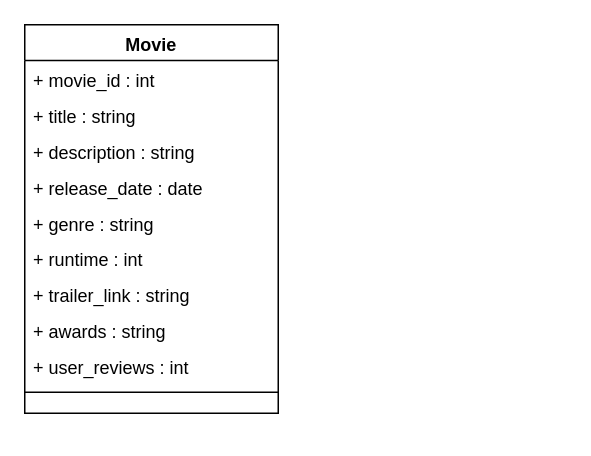
Earlier version of the draw.io diagram Untitled Diagram.drawio (ariasalejandra/is206). Source tidied: cells renumbered, new cells numbered last; positions are measured from the earlier drawing's top-left corner, leaving out a move shared by most shapes. Both pictures are drawn from the tidied source at 150%, with x=0, y=0 at pixel (24, 24).
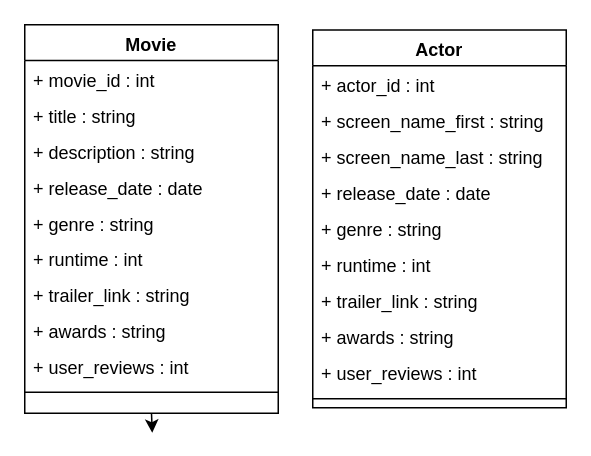
The same diagram, later.

Unchanged cells that the change refers to:
```xml
<mxCell id="2" value="Movie" style="swimlane;fontStyle=1;align=center;verticalAlign=top;horizontal=1;startSize=23.904761904761905;" parent="1" vertex="1">
  <mxGeometry width="169" height="259" as="geometry" />
</mxCell>
```

What changed in the source:
```diff
@@
+    <mxCell id="13" style="edgeStyle=orthogonalEdgeStyle;rounded=0;jettySize=auto;html=1;exitX=0.5;exitY=1;exitDx=0;exitDy=0;" parent="1" edge="1" source="2">
+      <mxGeometry relative="1" as="geometry">
+        <mxPoint x="85" y="272" as="targetPoint" />
+      </mxGeometry>
+    </mxCell>
@@
+    <mxCell id="14" value="Actor" style="swimlane;fontStyle=1;align=center;verticalAlign=top;horizontal=1;startSize=23.904761904761905;" parent="1" vertex="1">
+      <mxGeometry x="192" y="3.5" width="169" height="251.9" as="geometry" />
+    </mxCell>
+    <mxCell id="15" value="+ actor_id : int" style="text;strokeColor=none;fillColor=none;align=left;verticalAlign=top;spacingLeft=4;spacingRight=4;overflow=hidden;" parent="14" vertex="1">
+      <mxGeometry y="23.9" width="169" height="24" as="geometry" />
+    </mxCell>
+    <mxCell id="16" value="+ screen_name_first : string" style="text;strokeColor=none;fillColor=none;align=left;verticalAlign=top;spacingLeft=4;spacingRight=4;overflow=hidden;" parent="14" vertex="1">
+      <mxGeometry y="47.9" width="169" height="24" as="geometry" />
+    </mxCell>
+    <mxCell id="17" value="+ screen_name_last : string" style="text;strokeColor=none;fillColor=none;align=left;verticalAlign=top;spacingLeft=4;spacingRight=4;overflow=hidden;" parent="14" vertex="1">
+      <mxGeometry y="71.9" width="169" height="24" as="geometry" />
+    </mxCell>
+    <mxCell id="18" value="+ release_date : date" style="text;strokeColor=none;fillColor=none;align=left;verticalAlign=top;spacingLeft=4;spacingRight=4;overflow=hidden;" parent="14" vertex="1">
+      <mxGeometry y="95.9" width="169" height="24" as="geometry" />
+    </mxCell>
+    <mxCell id="19" value="+ genre : string" style="text;strokeColor=none;fillColor=none;align=left;verticalAlign=top;spacingLeft=4;spacingRight=4;overflow=hidden;" parent="14" vertex="1">
+      <mxGeometry y="119.9" width="169" height="24" as="geometry" />
+    </mxCell>
+    <mxCell id="20" value="+ runtime : int" style="text;strokeColor=none;fillColor=none;align=left;verticalAlign=top;spacingLeft=4;spacingRight=4;overflow=hidden;" parent="14" vertex="1">
+      <mxGeometry y="143.9" width="169" height="24" as="geometry" />
+    </mxCell>
+    <mxCell id="21" value="+ trailer_link : string" style="text;strokeColor=none;fillColor=none;align=left;verticalAlign=top;spacingLeft=4;spacingRight=4;overflow=hidden;" parent="14" vertex="1">
+      <mxGeometry y="167.9" width="169" height="24" as="geometry" />
+    </mxCell>
+    <mxCell id="22" value="+ awards : string" style="text;strokeColor=none;fillColor=none;align=left;verticalAlign=top;spacingLeft=4;spacingRight=4;overflow=hidden;" parent="14" vertex="1">
+      <mxGeometry y="191.9" width="169" height="24" as="geometry" />
+    </mxCell>
+    <mxCell id="23" value="+ user_reviews : int" style="text;strokeColor=none;fillColor=none;align=left;verticalAlign=top;spacingLeft=4;spacingRight=4;overflow=hidden;" parent="14" vertex="1">
+      <mxGeometry y="215.9" width="169" height="24" as="geometry" />
+    </mxCell>
+    <mxCell id="24" style="line;strokeWidth=1;fillColor=none;align=left;verticalAlign=middle;spacingTop=-1;spacingLeft=3;spacingRight=3;labelPosition=right;strokeColor=inherit;" parent="14" vertex="1">
+      <mxGeometry y="239.9" width="169" height="12" as="geometry" />
+    </mxCell>
```
